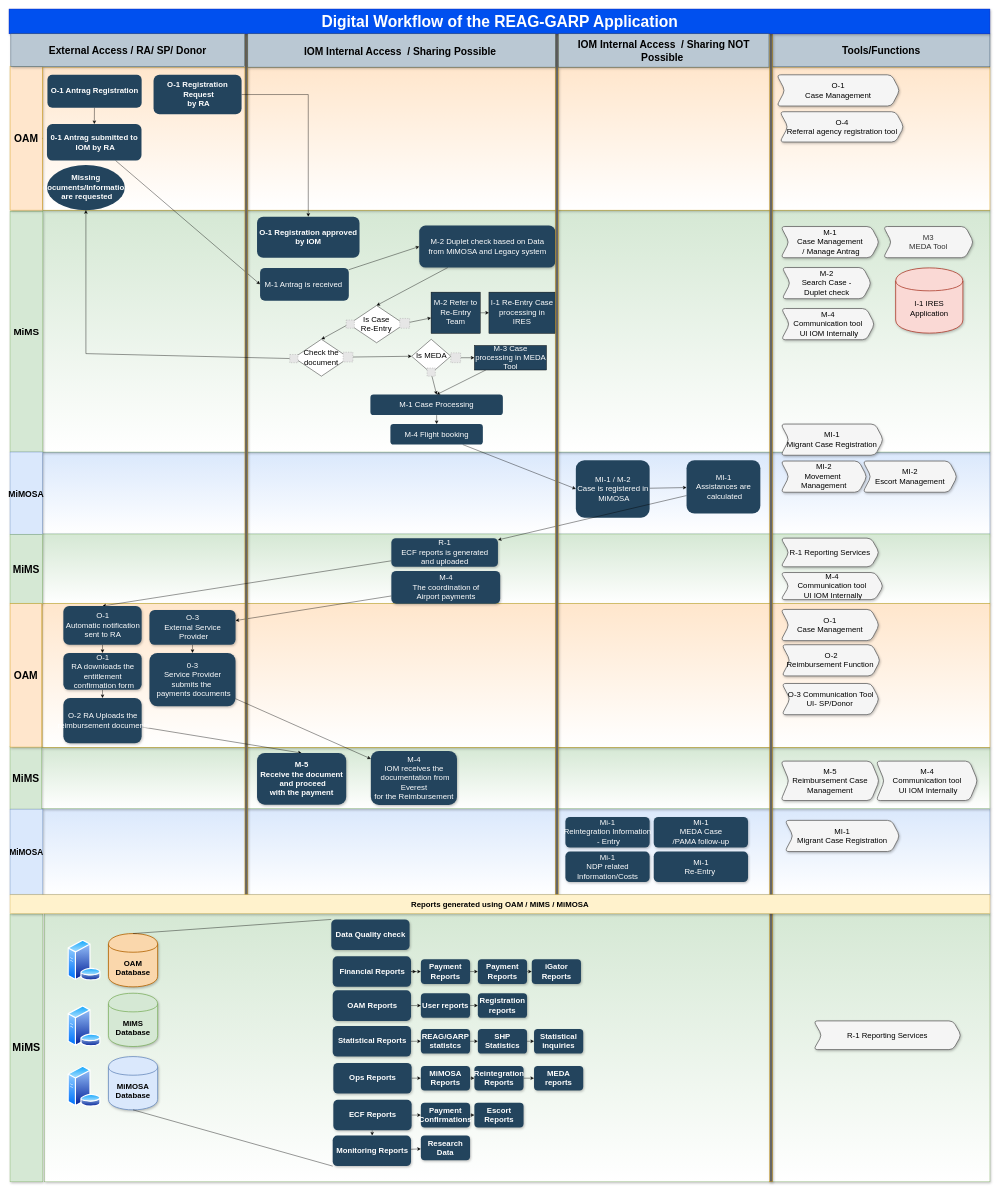
This is page "V2-FINAL" (1 of 5) of IOM-Flowchart.drawio from aabokhashabe/Drawio, a draw.io file, before an edit. Source tidied: cells renumbered, new cells numbered last; positions are measured from the earlier drawing's top-left corner, leaving out a move shared by most shapes. Both pictures are drawn from the tidied source at 41%, with x=0, y=0 at pixel (9, 9). Pictures stored in the file or linked from it are replaced by grey dashed boxes.
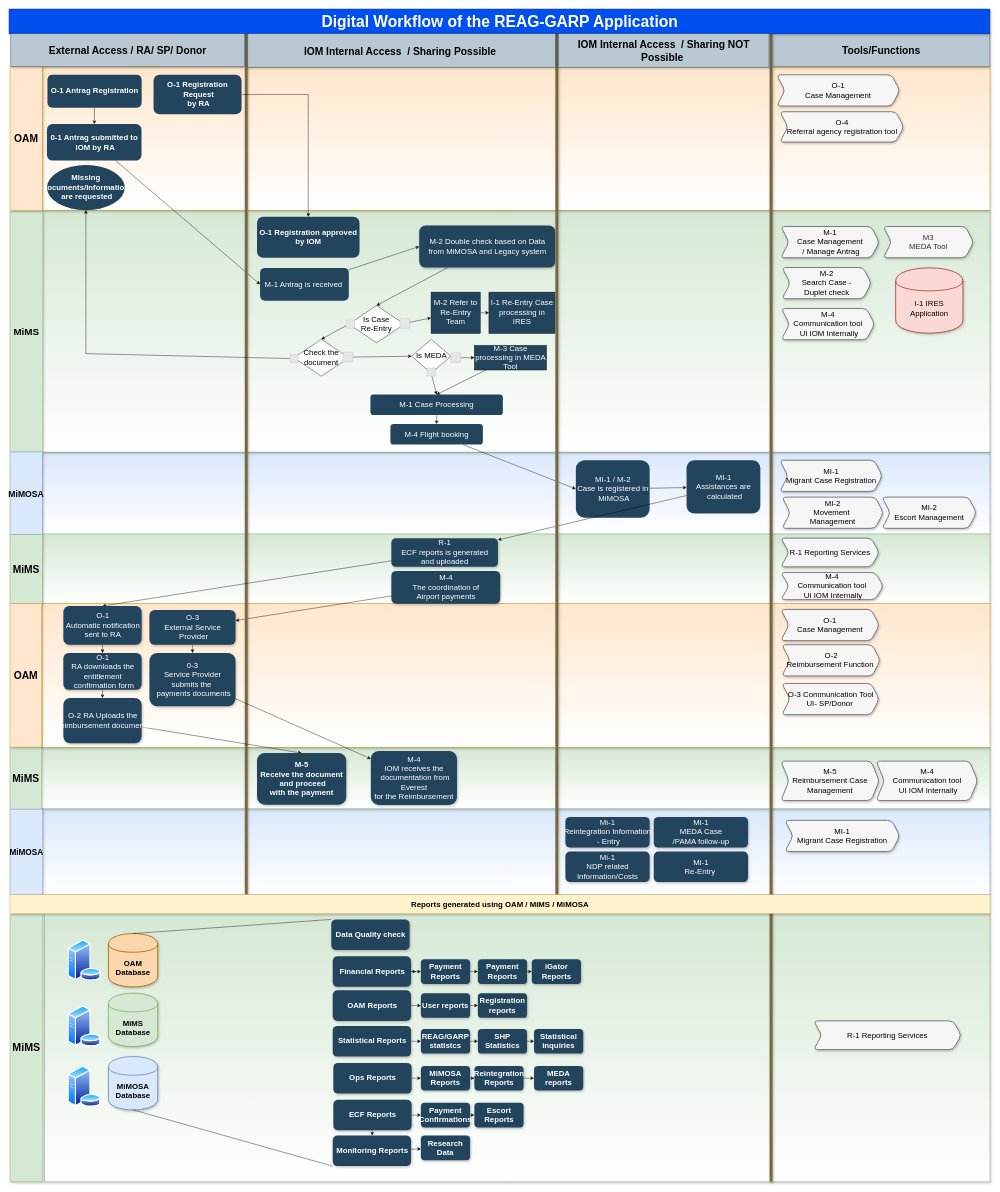
The same diagram, later.

What changed in the source:
```diff
@@
-    <mxCell id="20" value="&lt;span style=&quot;color: rgb(255, 255, 255); font-size: 19px;&quot;&gt;M-2 Duplet check based on Data&lt;/span&gt;&lt;br style=&quot;color: rgb(255, 255, 255); font-size: 19px;&quot;&gt;&lt;span style=&quot;color: rgb(255, 255, 255); font-size: 19px;&quot;&gt;from MiMOSA and Legacy system&lt;/span&gt;" style="rounded=1;fillColor=#23445D;strokeColor=none;strokeWidth=2;fontFamily=Helvetica;html=1;gradientColor=none;shadow=1;fontSize=19;fontStyle=0;" parent="1" vertex="1">
+    <mxCell id="20" value="&lt;font color=&quot;#ffffff&quot;&gt;M-2 Double check based on Data&lt;/font&gt;&lt;br style=&quot;color: rgb(255 , 255 , 255) ; font-size: 19px&quot;&gt;&lt;span style=&quot;color: rgb(255 , 255 , 255) ; font-size: 19px&quot;&gt;from MiMOSA and Legacy system&lt;/span&gt;" style="rounded=1;fillColor=#23445D;strokeColor=none;strokeWidth=2;fontFamily=Helvetica;html=1;gradientColor=none;shadow=1;fontSize=19;fontStyle=0;" parent="1" vertex="1">
       <mxGeometry x="1000" y="527.6" width="332" height="102.4" as="geometry" />
     </mxCell>
@@
     <mxCell id="108" value="&lt;span style=&quot;color: rgb(0, 0, 0); font-size: 19px;&quot;&gt;MI-1&lt;br style=&quot;font-size: 19px;&quot;&gt;Migrant Case Registration&lt;/span&gt;" style="shape=step;perimeter=stepPerimeter;whiteSpace=wrap;html=1;fixedSize=1;rounded=1;shadow=1;strokeColor=#666666;strokeWidth=2;fillColor=#f5f5f5;fontColor=#333333;fontSize=19;fontStyle=0;" parent="1" vertex="1">
-      <mxGeometry x="1882" y="1011.8" width="250" height="76.1" as="geometry" />
+      <mxGeometry x="1879.5" y="1100" width="250" height="76.1" as="geometry" />
     </mxCell>
     <mxCell id="109" value="&lt;span style=&quot;color: rgb(0, 0, 0); font-size: 19px;&quot;&gt;MI-2 &lt;br style=&quot;font-size: 19px;&quot;&gt;Movement&lt;/span&gt;&lt;span style=&quot;color: rgb(0, 0, 0); font-size: 19px;&quot;&gt;&amp;nbsp;&lt;br style=&quot;font-size: 19px;&quot;&gt;Management&lt;/span&gt;" style="shape=step;perimeter=stepPerimeter;whiteSpace=wrap;html=1;fixedSize=1;rounded=1;shadow=1;strokeColor=#666666;strokeWidth=2;fillColor=#f5f5f5;fontColor=#333333;fontSize=19;fontStyle=0;" parent="1" vertex="1">
-      <mxGeometry x="1882" y="1102" width="210" height="76.1" as="geometry" />
+      <mxGeometry x="1885" y="1190" width="247" height="76.1" as="geometry" />
     </mxCell>
     <mxCell id="110" value="&lt;span style=&quot;color: rgb(0, 0, 0); font-size: 19px;&quot;&gt;MI-2&lt;br style=&quot;font-size: 19px;&quot;&gt;Escort Management&lt;/span&gt;" style="shape=step;perimeter=stepPerimeter;whiteSpace=wrap;html=1;fixedSize=1;rounded=1;shadow=1;strokeColor=#666666;strokeWidth=2;fillColor=#f5f5f5;fontColor=#333333;fontSize=19;fontStyle=0;" parent="1" vertex="1">
-      <mxGeometry x="2082" y="1102" width="230" height="76.1" as="geometry" />
+      <mxGeometry x="2129" y="1190" width="230" height="76.1" as="geometry" />
     </mxCell>
```
